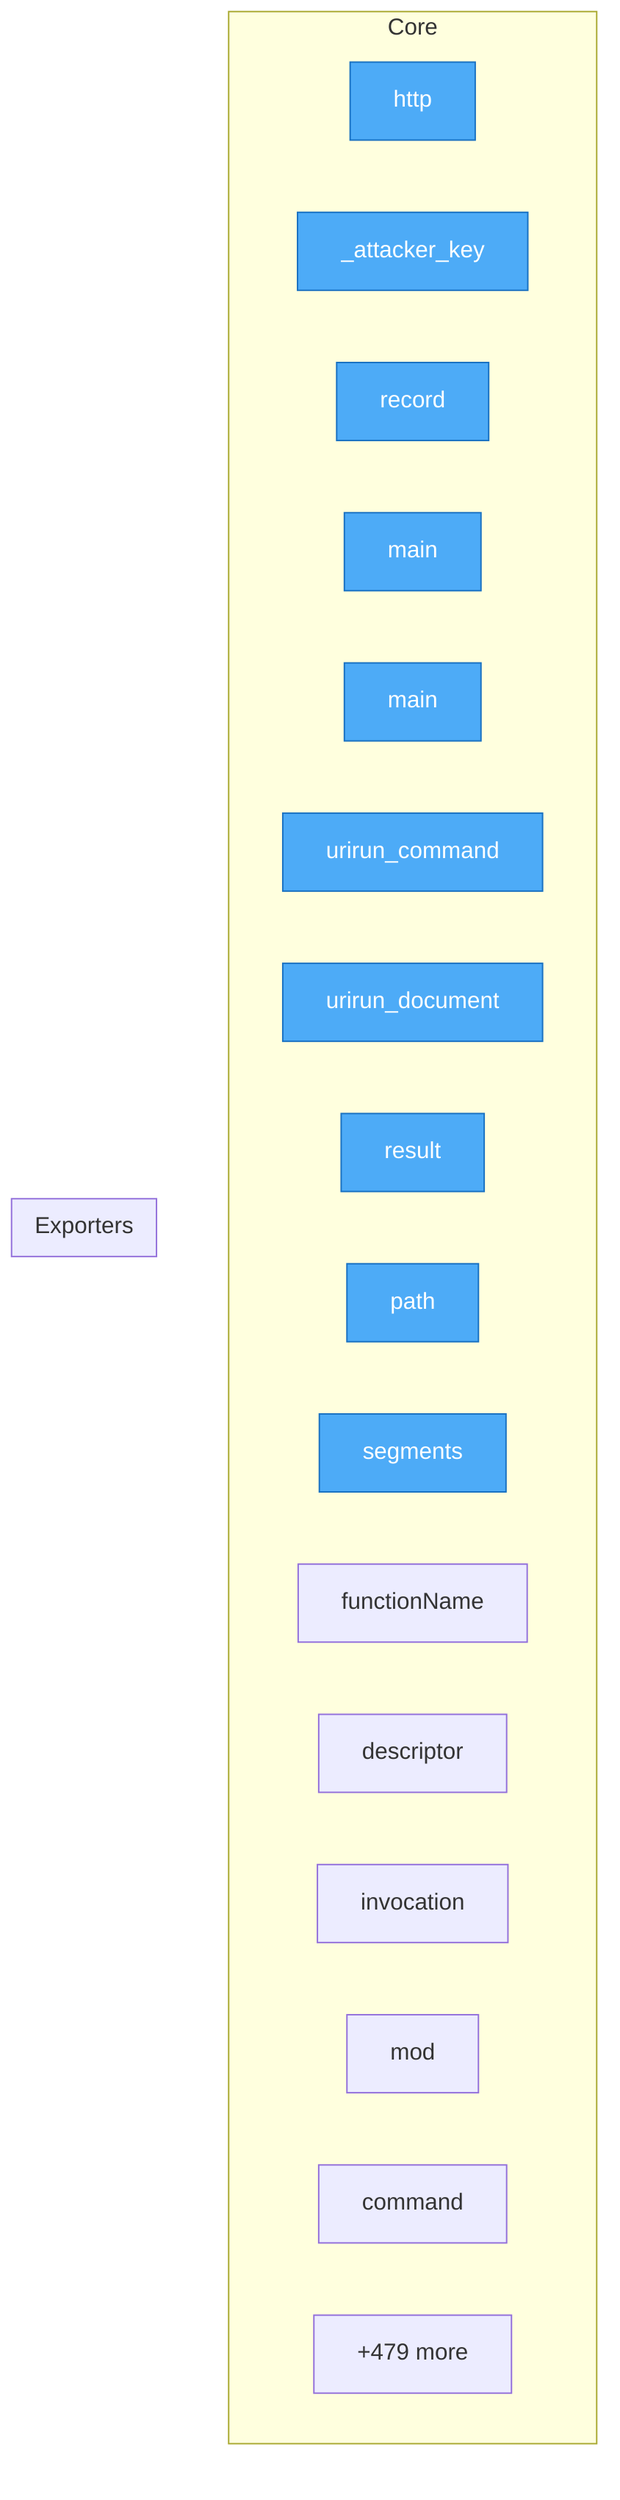
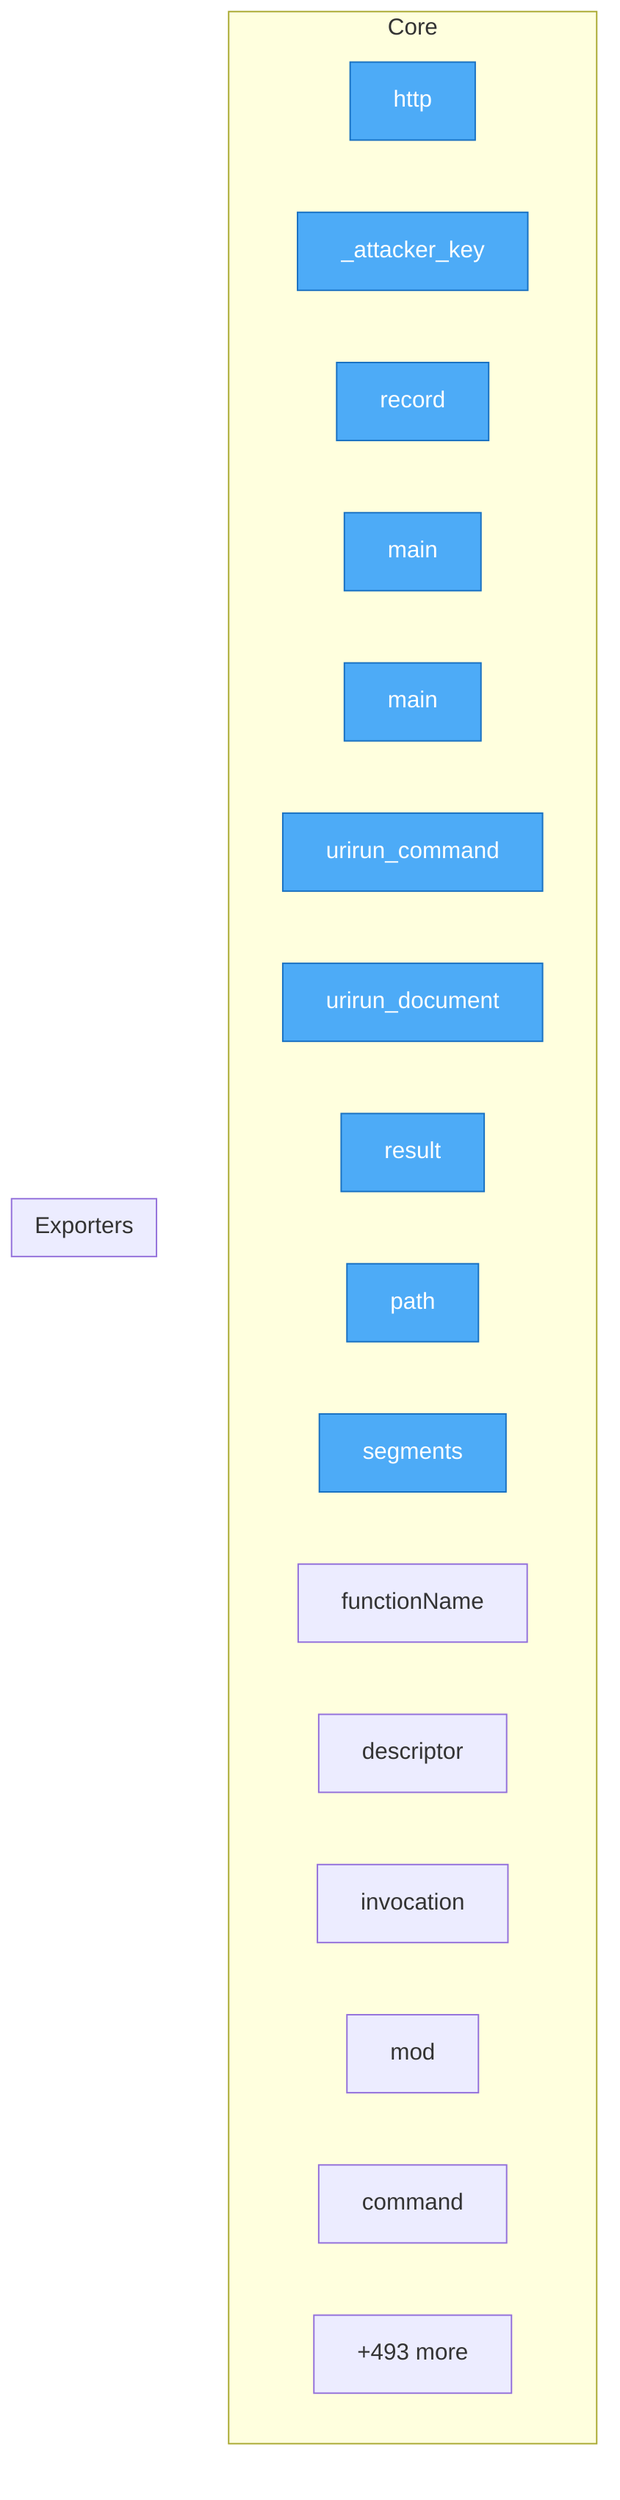
flowchart TD
- %% generated in 0.04s
+ %% generated in 0.07s

    %% Entry points (blue)
    classDef entry fill:#4dabf7,stroke:#1971c2,color:#fff

    subgraph Core
        security__mesh_probe__probe__http["http"]
        security__mesh_probe__probe___attacker_key["_attacker_key"]
        security__mesh_probe__probe__record["record"]
        adapters__conformance__main["main"]
        adapters__new_connector__main["main"]
        adapters__bash__urirun__urirun_command["urirun_command"]
        adapters__bash__urirun__urirun_document["urirun_document"]
        adapters__js__index__test__result["result"]
        adapters__js__path["path"]
        adapters__js__segments["segments"]
        adapters__js__functionName["functionName"]
        adapters__js__descriptor["descriptor"]
        adapters__js__invocation["invocation"]
        adapters__js__mod["mod"]
        adapters__java__Urirun__Urirun__command["command"]
-         ...["+479 more"]
+         ...["+493 more"]
    end

    subgraph Exporters
    end

    class security__mesh_probe__probe__http,security__mesh_probe__probe___attacker_key,security__mesh_probe__probe__record,adapters__conformance__main,adapters__new_connector__main,adapters__bash__urirun__urirun_command,adapters__bash__urirun__urirun_document,adapters__js__index__test__result,adapters__js__path,adapters__js__segments entry
